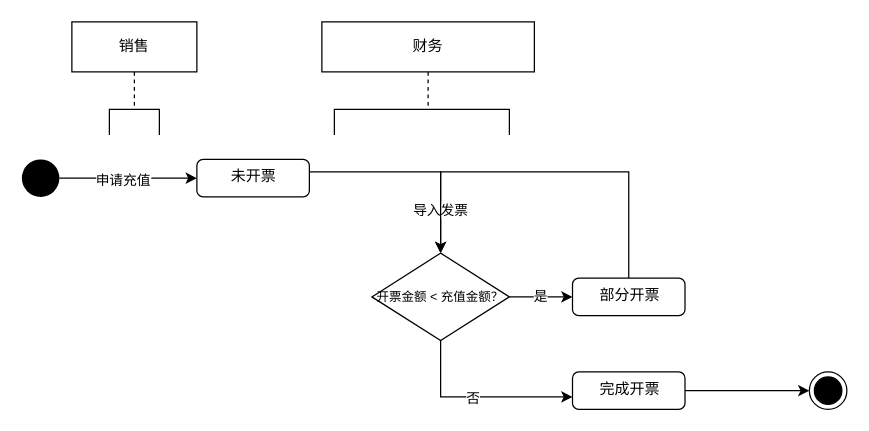
Earlier version of the draw.io diagram page "开票状态图" (4 of 7) of shrine-doc/云资源业务流程.drawio (easefulfil/CLOUDCARE). Source tidied: cells renumbered, new cells numbered last; positions are measured from the earlier drawing's top-left corner, leaving out a move shared by most shapes. Both pictures are drawn from the tidied source at 125%, with x=0, y=0 at pixel (21, 21).
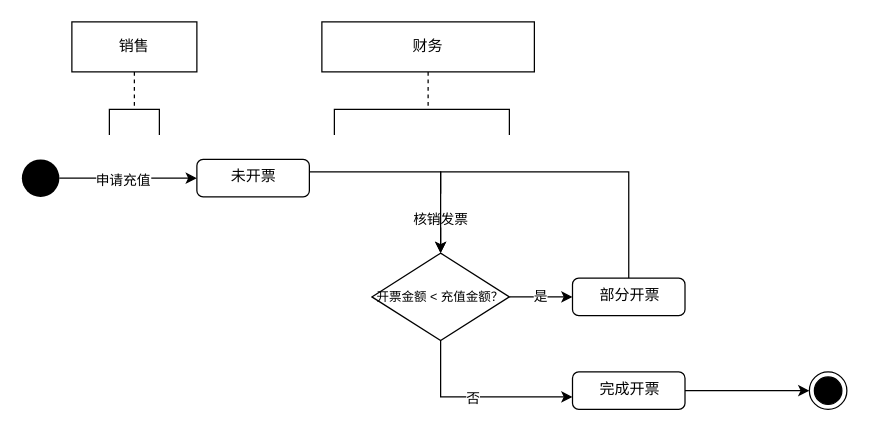
Above is the later version.

Commit message:
更新云资源业务流程.drawio

The change refers to these unchanged cells:
```xml
<mxCell id="6" value="未开票" style="html=1;align=center;verticalAlign=top;rounded=1;absoluteArcSize=1;arcSize=10;dashed=0;" parent="1" vertex="1">
  <mxGeometry x="140" y="110" width="90" height="30" as="geometry" />
</mxCell>
<mxCell id="14" value="开票金额 &lt; 充值金额？" style="rhombus;fontSize=10;" parent="1" vertex="1">
  <mxGeometry x="280" y="185" width="110" height="70" as="geometry" />
</mxCell>
```

Change to the diagram source:
```diff
@@
-    <mxCell id="5" value="导入发票" style="edgeStyle=orthogonalEdgeStyle;rounded=0;jettySize=auto;html=1;entryX=0.5;entryY=0;entryDx=0;entryDy=0;" parent="1" edge="1" source="6" target="14">
+    <mxCell id="5" value="&lt;br&gt;核销发票" style="edgeStyle=orthogonalEdgeStyle;rounded=0;jettySize=auto;html=1;entryX=0.5;entryY=0;entryDx=0;entryDy=0;" parent="1" edge="1" source="6" target="14">
       <mxGeometry x="0.6" relative="1" as="geometry">
         <Array as="points">
           <mxPoint x="335" y="120" />
         </Array>
       </mxGeometry>
     </mxCell>
```
